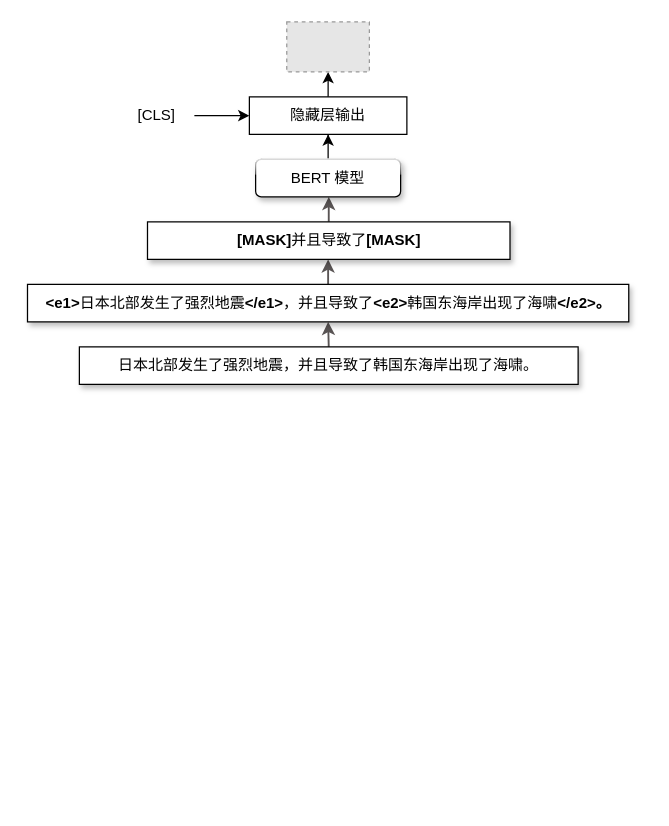
This is page "模糊-Mask" (3 of 14) of 2.drawio from JiaXinLI98/myProject, a draw.io file, before an edit. Source tidied: cells renumbered, new cells numbered last; positions are measured from the earlier drawing's top-left corner, leaving out a move shared by most shapes. Both pictures are drawn from the tidied source at 125%, with x=0, y=0 at pixel (26, 21). Pictures stored in the file or linked from it are replaced by grey dashed boxes.
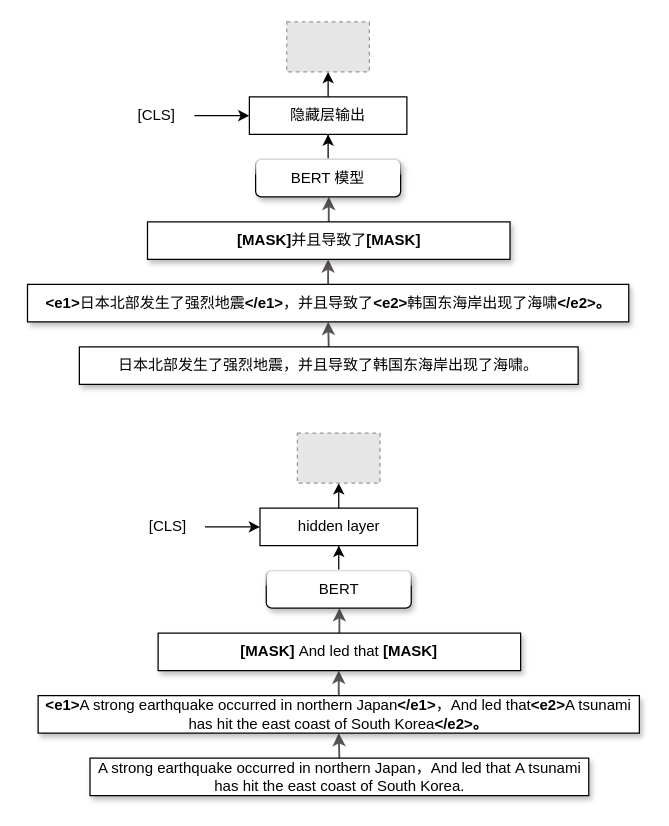
After the change.

What changed in the source:
```diff
@@
+    <mxCell id="15" style="edgeStyle=orthogonalEdgeStyle;rounded=0;jettySize=auto;html=1;exitX=0.5;exitY=0;exitDx=0;exitDy=0;entryX=0.5;entryY=1;entryDx=0;entryDy=0;strokeWidth=1.5;strokeColor=#595454;" parent="1" edge="1" source="16" target="18">
+      <mxGeometry relative="1" as="geometry" />
+    </mxCell>
+    <mxCell id="16" value="A strong earthquake occurred in northern Japan，And led that&amp;nbsp;A tsunami has hit the east coast of South Korea." style="rounded=0;whiteSpace=wrap;html=1;shadow=1;" parent="1" vertex="1">
+      <mxGeometry x="50.5" y="589" width="399" height="30" as="geometry" />
+    </mxCell>
+    <mxCell id="17" style="edgeStyle=orthogonalEdgeStyle;rounded=0;jettySize=auto;html=1;exitX=0.5;exitY=0;exitDx=0;exitDy=0;strokeWidth=1.5;strokeColor=#595454;" parent="1" edge="1" source="18" target="20">
+      <mxGeometry relative="1" as="geometry" />
+    </mxCell>
+    <mxCell id="18" value="&lt;b&gt;&amp;lt;e1&amp;gt;&lt;/b&gt;A strong earthquake occurred in northern Japan&lt;b&gt;&amp;lt;/e1&amp;gt;&lt;/b&gt;，And led that&lt;b&gt;&amp;lt;e2&amp;gt;&lt;/b&gt;A tsunami has hit the east coast of South Korea&lt;b&gt;&amp;lt;/e2&amp;gt;。&lt;/b&gt;" style="rounded=0;whiteSpace=wrap;html=1;shadow=1;" parent="1" vertex="1">
+      <mxGeometry x="9" y="539" width="481" height="30" as="geometry" />
+    </mxCell>
+    <mxCell id="19" style="edgeStyle=orthogonalEdgeStyle;rounded=0;jettySize=auto;html=1;entryX=0.5;entryY=1;entryDx=0;entryDy=0;strokeWidth=1.5;strokeColor=#595454;" parent="1" edge="1" source="20" target="22">
+      <mxGeometry relative="1" as="geometry" />
+    </mxCell>
+    <mxCell id="20" value="&lt;b&gt;[MASK]&amp;nbsp;&lt;/b&gt;And led that&amp;nbsp;&lt;b&gt;[MASK]&lt;/b&gt;" style="rounded=0;whiteSpace=wrap;html=1;shadow=1;" parent="1" vertex="1">
+      <mxGeometry x="105" y="489" width="290" height="30" as="geometry" />
+    </mxCell>
+    <mxCell id="21" style="edgeStyle=orthogonalEdgeStyle;rounded=0;jettySize=auto;html=1;entryX=0.5;entryY=1;entryDx=0;entryDy=0;" parent="1" edge="1" source="22" target="24">
+      <mxGeometry relative="1" as="geometry" />
+    </mxCell>
+    <mxCell id="22" value="BERT" style="rounded=1;whiteSpace=wrap;html=1;glass=1;shadow=1;" parent="1" vertex="1">
+      <mxGeometry x="191.5" y="439" width="116" height="30" as="geometry" />
+    </mxCell>
+    <mxCell id="23" style="rounded=0;jettySize=auto;html=1;exitX=0.5;exitY=0;exitDx=0;exitDy=0;" parent="1" edge="1" source="24" target="27">
+      <mxGeometry relative="1" as="geometry" />
+    </mxCell>
+    <mxCell id="24" value="hidden layer" style="rounded=0;whiteSpace=wrap;html=1;" parent="1" vertex="1">
+      <mxGeometry x="186.5" y="389" width="126" height="30" as="geometry" />
+    </mxCell>
+    <mxCell id="25" style="edgeStyle=orthogonalEdgeStyle;rounded=0;jettySize=auto;html=1;entryX=0;entryY=0.5;entryDx=0;entryDy=0;" parent="1" edge="1" source="26" target="24">
+      <mxGeometry relative="1" as="geometry" />
+    </mxCell>
+    <mxCell id="26" value="[CLS]" style="text;html=1;strokeColor=none;fillColor=none;align=center;verticalAlign=middle;whiteSpace=wrap;rounded=0;" parent="1" vertex="1">
+      <mxGeometry x="82.5" y="389" width="60" height="30" as="geometry" />
+    </mxCell>
+    <mxCell id="27" style="fillColor=#E6E6E6;strokeColor=#999999;dashed=1;verticalLabelPosition=bottom;labelBackgroundColor=default;verticalAlign=top;" parent="1" vertex="1">
+      <mxGeometry x="216.4" y="329" width="66.1" height="40" as="geometry" />
+    </mxCell>
```
